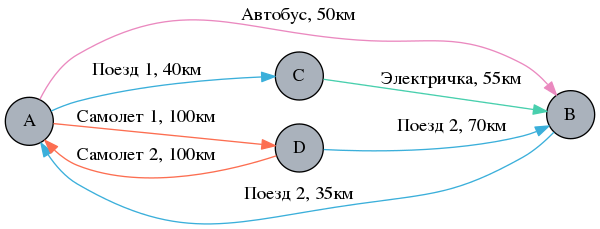
This is documents/thesis/images/static_graph_example.png from khovanskiy/bachelor-thesis, a Graphviz export, as it was before one commit. Its source is kept beside it as documents/thesis/images/static_graph_example.dot.
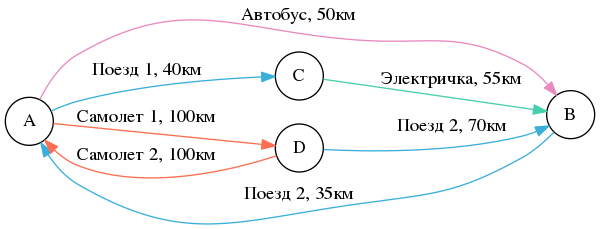
After the change.

Change to the diagram source:
```diff
@@ -1,6 +1,6 @@
 digraph example {
 	rankdir = LR;
-	node [style=filled, shape=circle, fillcolor="#aab2bc", fontcolor="#000000"];
+	node [style=filled, shape=circle, fillcolor="#ffffff", fontcolor="#000000"];
 	A;
 	B;
 	C;
```
